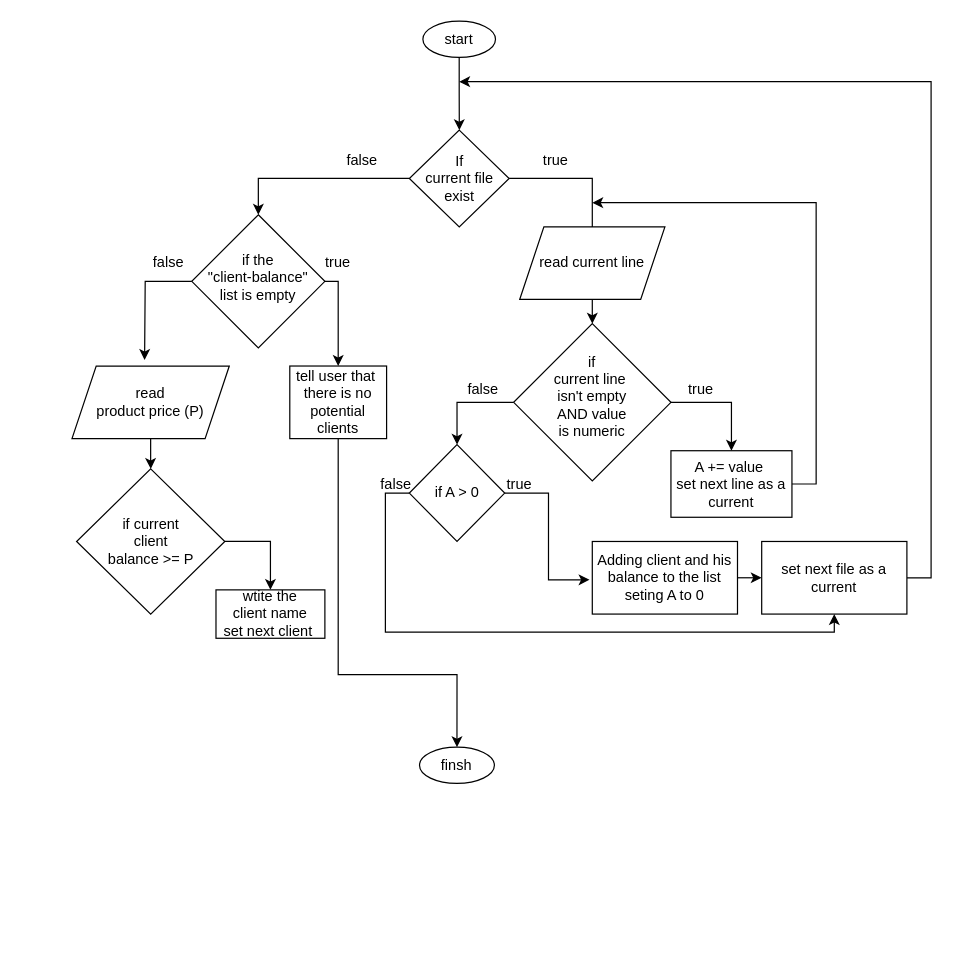
Earlier version of the draw.io diagram Untitled Diagram.drawio (kir-55/Evolution). Source tidied: cells renumbered, new cells numbered last; positions are measured from the earlier drawing's top-left corner, leaving out a move shared by most shapes. Both pictures are drawn from the tidied source at 121%, with x=0, y=0 at pixel (71, 21).
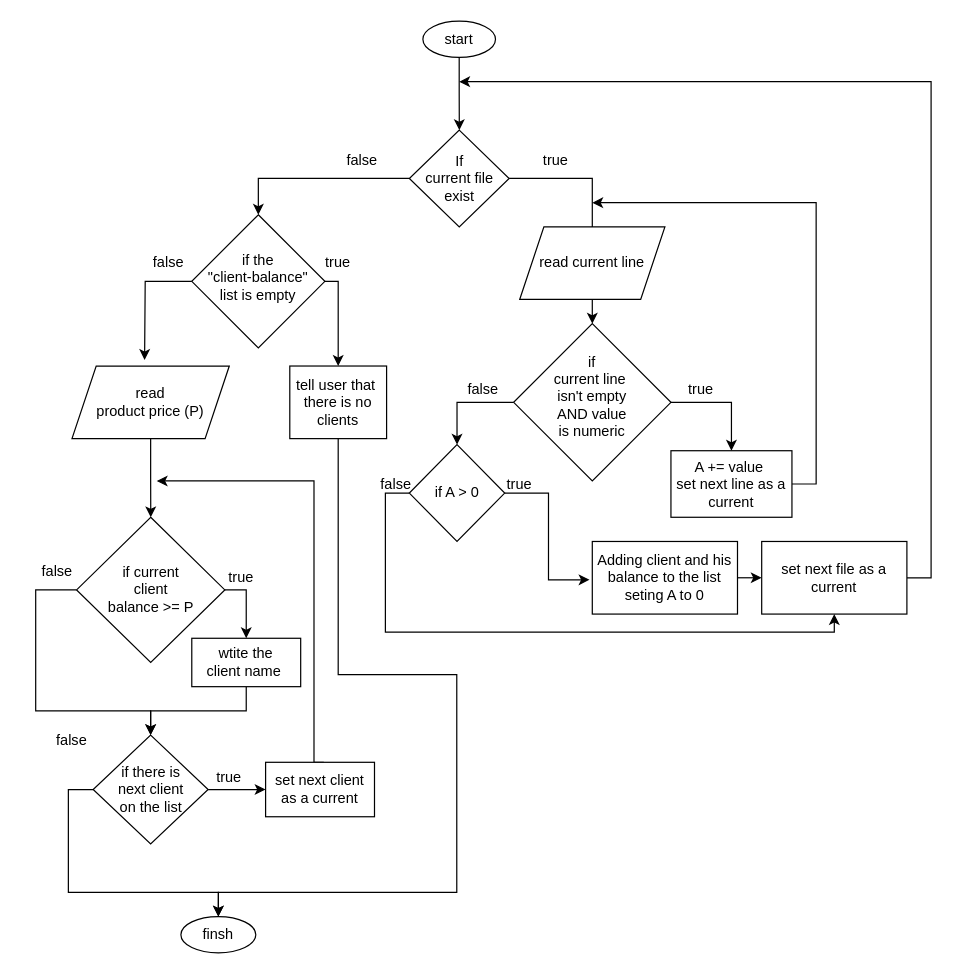
The same diagram, later.

Diff of the diagram source:
```diff
@@
     <mxCell id="30" value="finsh" style="ellipse;whiteSpace=wrap;html=1;" parent="1" vertex="1">
-      <mxGeometry x="287.2" y="600" width="61.9" height="30" as="geometry" />
+      <mxGeometry x="90" y="740" width="61.9" height="30" as="geometry" />
     </mxCell>
     <mxCell id="31" style="edgeStyle=orthogonalEdgeStyle;rounded=0;jettySize=auto;html=1;entryX=0.5;entryY=0;entryDx=0;entryDy=0;" parent="1" edge="1" source="32" target="30">
       <mxGeometry relative="1" as="geometry">
         <Array as="points">
           <mxPoint x="220" y="540" />
           <mxPoint x="318" y="540" />
+          <mxPoint x="318" y="720" />
+          <mxPoint x="121" y="720" />
         </Array>
       </mxGeometry>
     </mxCell>
-    <mxCell id="32" value="tell user that&amp;nbsp;&lt;br&gt;there is no potential clients" style="rounded=0;whiteSpace=wrap;html=1;" parent="1" vertex="1">
+    <mxCell id="32" value="tell user that&amp;nbsp;&lt;br&gt;there is no clients" style="rounded=0;whiteSpace=wrap;html=1;" parent="1" vertex="1">
       <mxGeometry x="180" y="285" width="80" height="60" as="geometry" />
     </mxCell>
@@
+    <mxCell id="40" style="edgeStyle=orthogonalEdgeStyle;rounded=0;jettySize=auto;html=1;entryX=0.5;entryY=0;entryDx=0;entryDy=0;" parent="1" edge="1" source="35" target="44">
+      <mxGeometry relative="1" as="geometry">
+        <Array as="points">
+          <mxPoint x="-30" y="470" />
+          <mxPoint x="-30" y="570" />
+          <mxPoint x="65" y="570" />
+        </Array>
+      </mxGeometry>
+    </mxCell>
+    <mxCell id="38" style="edgeStyle=orthogonalEdgeStyle;rounded=0;jettySize=auto;html=1;entryX=0.5;entryY=0;entryDx=0;entryDy=0;" parent="1" edge="1" source="35" target="39">
+      <mxGeometry relative="1" as="geometry">
+        <Array as="points">
+          <mxPoint x="144" y="470" />
+        </Array>
+      </mxGeometry>
+    </mxCell>
     <mxCell id="35" value="if current&lt;br&gt;client &lt;br&gt;balance &amp;gt;= P" style="rhombus;whiteSpace=wrap;html=1;" parent="1" vertex="1">
-      <mxGeometry x="3.8" y="370" width="122.5" height="120" as="geometry" />
+      <mxGeometry x="3.8" y="410" width="122.5" height="120" as="geometry" />
     </mxCell>
@@
-    <mxCell id="38" style="edgeStyle=orthogonalEdgeStyle;rounded=0;jettySize=auto;html=1;exitX=1;exitY=0.5;exitDx=0;exitDy=0;" parent="1" edge="1" source="35" target="39">
-      <mxGeometry relative="1" as="geometry" />
-    </mxCell>
+    <mxCell id="41" style="edgeStyle=orthogonalEdgeStyle;rounded=0;jettySize=auto;html=1;exitX=0.5;exitY=1;exitDx=0;exitDy=0;entryX=0.5;entryY=0;entryDx=0;entryDy=0;" parent="1" edge="1" source="39" target="44">
+      <mxGeometry relative="1" as="geometry" />
+    </mxCell>
-    <mxCell id="39" value="wtite the &lt;br&gt;client name&lt;br&gt;set next client&amp;nbsp;" style="rounded=0;whiteSpace=wrap;html=1;" parent="1" vertex="1">
-      <mxGeometry x="119" y="470" width="90" height="40" as="geometry" />
+    <mxCell id="39" value="wtite the &lt;br&gt;client name&amp;nbsp;" style="rounded=0;whiteSpace=wrap;html=1;" parent="1" vertex="1">
+      <mxGeometry x="99" y="510" width="90" height="40" as="geometry" />
     </mxCell>
+    <mxCell id="42" style="edgeStyle=orthogonalEdgeStyle;rounded=0;jettySize=auto;html=1;" parent="1" edge="1" source="44" target="48">
+      <mxGeometry relative="1" as="geometry" />
+    </mxCell>
+    <mxCell id="43" style="edgeStyle=orthogonalEdgeStyle;rounded=0;jettySize=auto;html=1;" parent="1" edge="1" source="44" target="30">
+      <mxGeometry relative="1" as="geometry">
+        <Array as="points">
+          <mxPoint x="-3" y="635" />
+          <mxPoint x="-3" y="720" />
+        </Array>
+      </mxGeometry>
+    </mxCell>
+    <mxCell id="44" value="if there is &lt;br&gt;next client &lt;br&gt;on the list" style="rhombus;whiteSpace=wrap;html=1;" parent="1" vertex="1">
+      <mxGeometry x="17.5" y="590" width="95" height="90" as="geometry" />
+    </mxCell>
+    <mxCell id="45" value="false" style="text;html=1;strokeColor=none;fillColor=none;align=center;verticalAlign=middle;whiteSpace=wrap;rounded=0;" parent="1" vertex="1">
+      <mxGeometry x="-42.5" y="440" width="60" height="30" as="geometry" />
+    </mxCell>
+    <mxCell id="46" value="true" style="text;html=1;strokeColor=none;fillColor=none;align=center;verticalAlign=middle;whiteSpace=wrap;rounded=0;" parent="1" vertex="1">
+      <mxGeometry x="110" y="445" width="60" height="30" as="geometry" />
+    </mxCell>
+    <mxCell id="47" style="edgeStyle=orthogonalEdgeStyle;rounded=0;orthogonalLoop=1;jettySize=auto;html=1;" parent="1" edge="1">
+      <mxGeometry relative="1" as="geometry">
+        <mxPoint x="208.1" y="612.5" as="sourcePoint" />
+        <mxPoint x="70" y="380" as="targetPoint" />
+        <Array as="points">
+          <mxPoint x="200" y="612" />
+          <mxPoint x="200" y="380" />
+        </Array>
+      </mxGeometry>
+    </mxCell>
+    <mxCell id="48" value="set next client&lt;br&gt;as a current" style="whiteSpace=wrap;html=1;" parent="1" vertex="1">
+      <mxGeometry x="160" y="612.5" width="90" height="45" as="geometry" />
+    </mxCell>
+    <mxCell id="49" value="true" style="text;html=1;strokeColor=none;fillColor=none;align=center;verticalAlign=middle;whiteSpace=wrap;rounded=0;" parent="1" vertex="1">
+      <mxGeometry x="100" y="610" width="60" height="30" as="geometry" />
+    </mxCell>
+    <mxCell id="50" value="false" style="text;html=1;strokeColor=none;fillColor=none;align=center;verticalAlign=middle;whiteSpace=wrap;rounded=0;" parent="1" vertex="1">
+      <mxGeometry x="-30" y="580" width="60" height="30" as="geometry" />
+    </mxCell>
```
